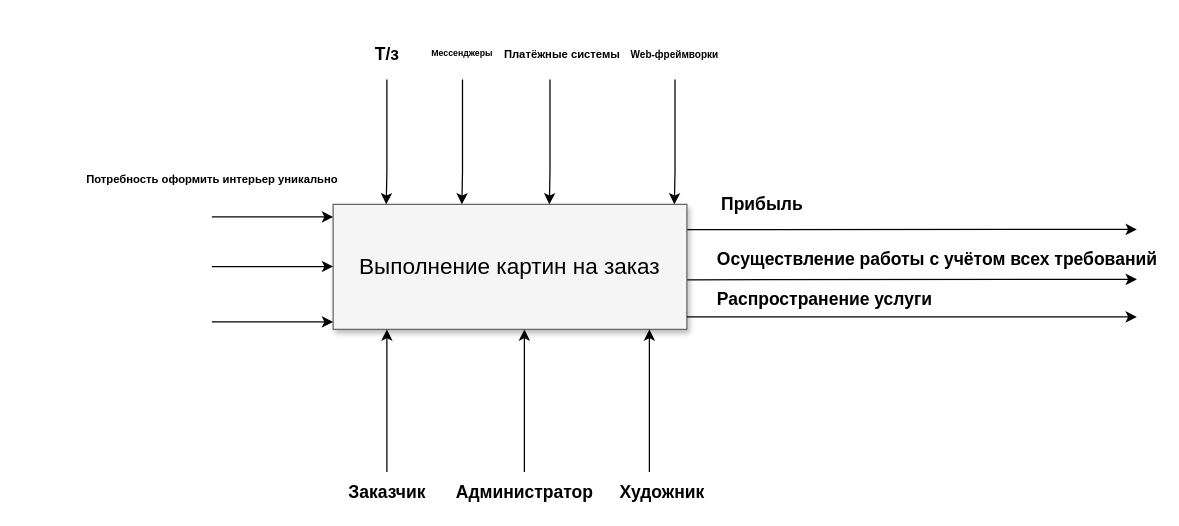
This is Диаграмма без названия.drawio from GokaPek/Noting, a draw.io file, before an edit. Source tidied: cells renumbered, new cells numbered last; positions are measured from the earlier drawing's top-left corner, leaving out a move shared by most shapes. Both pictures are drawn from the tidied source at 125%, with x=0, y=0 at pixel (171, 41).
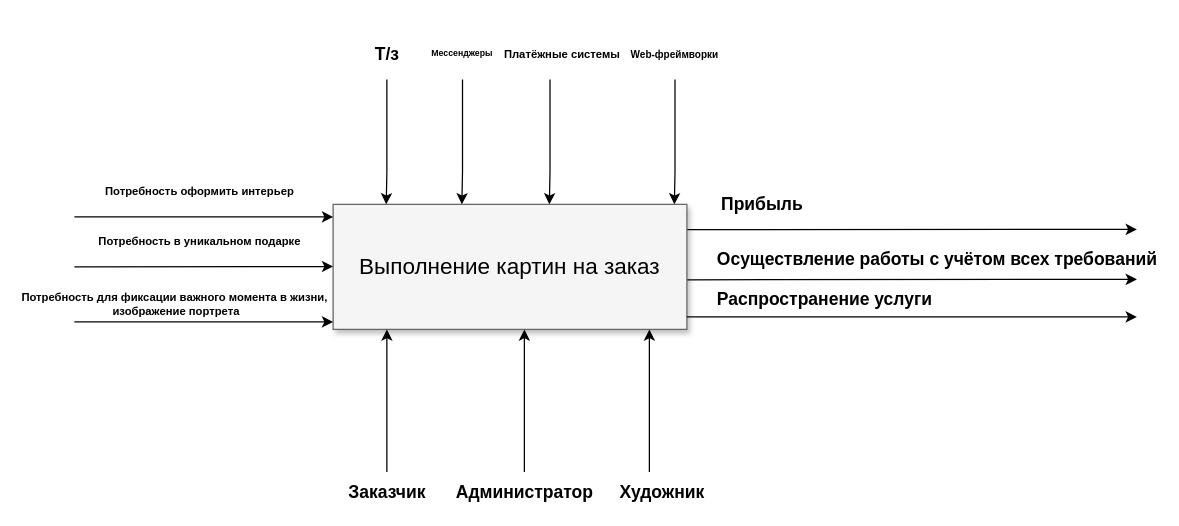
Above is the later version.

Diff of the diagram source:
```diff
@@
     <mxCell id="7" style="edgeStyle=elbowEdgeStyle;rounded=0;html=1;startArrow=none;startFill=0;jettySize=auto;orthogonalLoop=1;fontSize=18;elbow=vertical;" parent="1" edge="1">
       <mxGeometry relative="1" as="geometry">
-        <mxPoint x="32" y="140" as="sourcePoint" />
+        <mxPoint x="-78" y="140" as="sourcePoint" />
         <mxPoint x="129" y="140" as="targetPoint" />
         <Array as="points">
           <mxPoint x="82" y="140" />
           <mxPoint x="72" y="140" />
         </Array>
       </mxGeometry>
     </mxCell>
@@
     <mxCell id="24" style="edgeStyle=elbowEdgeStyle;rounded=0;html=1;startArrow=none;startFill=0;jettySize=auto;orthogonalLoop=1;fontSize=18;elbow=vertical;" parent="1" edge="1">
       <mxGeometry relative="1" as="geometry">
-        <mxPoint x="32" y="179.7" as="sourcePoint" />
+        <mxPoint x="-78" y="180" as="sourcePoint" />
         <mxPoint x="129" y="179.7" as="targetPoint" />
         <Array as="points">
           <mxPoint x="82" y="179.7" />
           <mxPoint x="72" y="179.7" />
         </Array>
       </mxGeometry>
     </mxCell>
     <mxCell id="25" style="edgeStyle=elbowEdgeStyle;rounded=0;html=1;startArrow=none;startFill=0;jettySize=auto;orthogonalLoop=1;fontSize=18;elbow=vertical;" parent="1" edge="1">
       <mxGeometry relative="1" as="geometry">
-        <mxPoint x="32" y="224" as="sourcePoint" />
+        <mxPoint x="-78" y="224" as="sourcePoint" />
         <mxPoint x="129" y="224" as="targetPoint" />
         <Array as="points">
           <mxPoint x="82" y="224" />
           <mxPoint x="72" y="224" />
         </Array>
       </mxGeometry>
     </mxCell>
-    <mxCell id="26" value="Потребность оформить интерьер уникально" style="text;strokeColor=none;fillColor=none;html=1;fontSize=9;fontStyle=1;verticalAlign=middle;align=center;" parent="1" vertex="1">
-      <mxGeometry x="2" y="100" width="60" height="20" as="geometry" />
+    <mxCell id="26" value="Потребность оформить интерьер" style="text;strokeColor=none;fillColor=none;html=1;fontSize=9;fontStyle=1;verticalAlign=middle;align=center;" parent="1" vertex="1">
+      <mxGeometry x="-8" y="110" width="60" height="20" as="geometry" />
     </mxCell>
+    <mxCell id="27" value="Потребность в уникальном подарке" style="text;strokeColor=none;fillColor=none;html=1;fontSize=9;fontStyle=1;verticalAlign=middle;align=center;" parent="1" vertex="1">
+      <mxGeometry x="-8" y="150" width="60" height="20" as="geometry" />
+    </mxCell>
+    <mxCell id="28" value="Потребность для фиксации важного момента в жизни,&lt;br&gt;&amp;nbsp;изображение портрета" style="text;strokeColor=none;fillColor=none;html=1;fontSize=9;fontStyle=1;verticalAlign=middle;align=center;" parent="1" vertex="1">
+      <mxGeometry x="-28" y="200" width="60" height="20" as="geometry" />
+    </mxCell>
```
